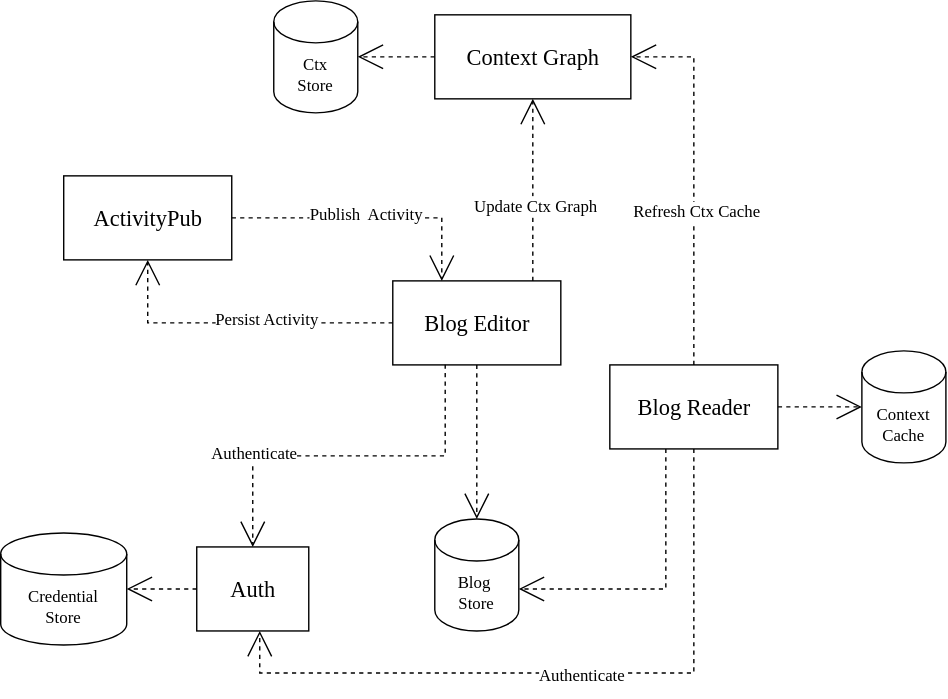
Earlier version of the draw.io export docs/components.drawio.svg (alter-kaker/pepper-docs). Source tidied: cells renumbered, new cells last; positions are measured from the earlier drawing's top-left corner, leaving out a move shared by most shapes.
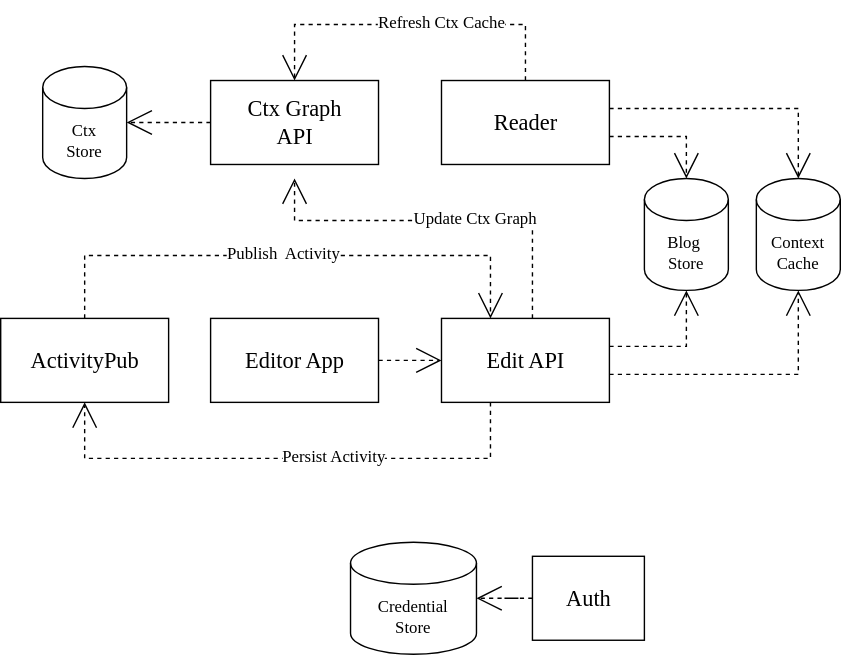
After the commit.

Diff of the diagram source:
```diff
@@ -12,19 +12,20 @@
     <mxCell id="3" value="Publish&amp;nbsp; Activity" style="edgeLabel;html=1;align=center;verticalAlign=middle;fontSize=12;fontFamily=Verdana;fontColor=default;" parent="2" vertex="1">
       <mxGeometry x="-0.02" y="2" relative="1" as="geometry" />
     </mxCell>
-    <mxCell id="4" value="Blog Reader" style="shape=object;align=center;spacingLeft=0;rounded=0;shadow=0;comic=0;labelBackgroundColor=none;strokeWidth=1;fontFamily=Verdana;fontSize=16;html=1;fontStyle=0;" parent="1" vertex="1">
-      <mxGeometry x="435" y="260" width="120" height="60" as="geometry" />
+    <mxCell id="4" value="Reader" style="shape=object;align=center;spacingLeft=0;rounded=0;shadow=0;comic=0;labelBackgroundColor=none;strokeWidth=1;fontFamily=Verdana;fontSize=16;html=1;fontStyle=0;" parent="1" vertex="1">
+      <mxGeometry x="280" y="30" width="120" height="60" as="geometry" />
     </mxCell>
-    <mxCell id="5" value="Context Graph" style="shape=object;align=center;spacingLeft=0;rounded=0;shadow=0;comic=0;labelBackgroundColor=none;strokeWidth=1;fontFamily=Verdana;fontSize=16;html=1;fontStyle=0;" parent="1" vertex="1">
-      <mxGeometry x="310" y="10" width="140" height="60" as="geometry" />
+    <mxCell id="5" value="&lt;div&gt;Ctx Graph&lt;/div&gt;&lt;div&gt;API&lt;br&gt;&lt;/div&gt;" style="shape=object;align=center;spacingLeft=0;rounded=0;shadow=0;comic=0;labelBackgroundColor=none;strokeWidth=1;fontFamily=Verdana;fontSize=16;html=1;fontStyle=0;" parent="1" vertex="1">
+      <mxGeometry x="115" y="30" width="120" height="60" as="geometry" />
     </mxCell>
     <mxCell id="6" value="ActivityPub" style="shape=object;align=center;spacingLeft=0;rounded=0;shadow=0;comic=0;labelBackgroundColor=none;strokeWidth=1;fontFamily=Verdana;fontSize=16;html=1;fontStyle=0;" parent="1" vertex="1">
-      <mxGeometry x="45" y="125" width="120" height="60" as="geometry" />
+      <mxGeometry x="-35" y="200" width="120" height="60" as="geometry" />
     </mxCell>
     <mxCell id="7" style="edgeStyle=orthogonalEdgeStyle;rounded=0;html=1;dashed=1;labelBackgroundColor=none;startArrow=none;startFill=0;startSize=8;endArrow=open;endFill=0;endSize=16;fontFamily=Verdana;fontSize=12;" parent="1" edge="1" source="4" target="5">
       <mxGeometry relative="1" as="geometry">
         <Array as="points">
-          <mxPoint x="495" y="40" />
+          <mxPoint x="340" y="-10" />
+          <mxPoint x="175" y="-10" />
         </Array>
       </mxGeometry>
     </mxCell>
@@ -34,24 +35,29 @@
     <mxCell id="9" style="rounded=0;html=1;labelBackgroundColor=none;startArrow=none;startFill=0;startSize=8;endArrow=open;endFill=0;endSize=16;fontFamily=Verdana;fontSize=12;dashed=1;edgeStyle=orthogonalEdgeStyle;" parent="1" edge="1" source="4" target="23">
       <mxGeometry relative="1" as="geometry">
         <Array as="points">
-          <mxPoint x="475" y="420" />
+          <mxPoint x="455" y="70" />
         </Array>
       </mxGeometry>
     </mxCell>
     <mxCell id="10" style="edgeStyle=orthogonalEdgeStyle;rounded=0;html=1;dashed=1;labelBackgroundColor=none;startArrow=none;startFill=0;startSize=8;endArrow=open;endFill=0;endSize=16;fontFamily=Verdana;fontSize=12;" parent="1" edge="1" source="5" target="27">
       <mxGeometry relative="1" as="geometry" />
     </mxCell>
-    <mxCell id="11" style="edgeStyle=orthogonalEdgeStyle;shape=connector;rounded=0;jettySize=auto;html=1;dashed=1;labelBackgroundColor=none;strokeColor=default;align=center;verticalAlign=middle;fontFamily=Verdana;fontSize=12;fontColor=default;startArrow=none;startFill=0;endArrow=open;endFill=0;startSize=8;endSize=16;" parent="1" edge="1" source="12" target="23">
-      <mxGeometry relative="1" as="geometry" />
+    <mxCell id="11" style="edgeStyle=orthogonalEdgeStyle;shape=connector;rounded=0;jettySize=auto;html=1;dashed=1;labelBackgroundColor=none;strokeColor=default;align=center;verticalAlign=middle;fontFamily=Verdana;fontSize=12;fontColor=default;startArrow=none;startFill=0;endArrow=open;endFill=0;startSize=8;endSize=16;" parent="1" edge="1" source="12" target="25">
+      <mxGeometry relative="1" as="geometry">
+        <Array as="points">
+          <mxPoint x="535" y="240" />
+        </Array>
+      </mxGeometry>
     </mxCell>
-    <mxCell id="12" value="&lt;div style=&quot;font-size: 16px;&quot;&gt;Blog Editor&lt;/div&gt;" style="shape=object;align=center;spacingLeft=0;rounded=0;shadow=0;comic=0;labelBackgroundColor=none;strokeWidth=1;fontFamily=Verdana;fontSize=16;html=1;fontStyle=0;" parent="1" vertex="1">
+    <mxCell id="12" value="&lt;div style=&quot;font-size: 16px;&quot;&gt;Edit API&lt;br&gt;&lt;/div&gt;" style="shape=object;align=center;spacingLeft=0;rounded=0;shadow=0;comic=0;labelBackgroundColor=none;strokeWidth=1;fontFamily=Verdana;fontSize=16;html=1;fontStyle=0;" parent="1" vertex="1">
       <mxGeometry x="280" y="200" width="120" height="60" as="geometry" />
     </mxCell>
-    <mxCell id="13" style="edgeStyle=orthogonalEdgeStyle;rounded=0;html=1;dashed=1;labelBackgroundColor=none;startArrow=none;startFill=0;startSize=8;endArrow=open;endFill=0;endSize=16;fontFamily=Verdana;fontSize=12;" parent="1" edge="1" source="12" target="5">
+    <mxCell id="13" style="edgeStyle=orthogonalEdgeStyle;rounded=0;html=1;dashed=1;labelBackgroundColor=none;startArrow=none;startFill=0;startSize=8;endArrow=open;endFill=0;endSize=16;fontFamily=Verdana;fontSize=12;" parent="1" edge="1" source="12">
       <mxGeometry relative="1" as="geometry">
+        <mxPoint x="175" y="100" as="targetPoint" />
         <Array as="points">
-          <mxPoint x="380" y="160" />
-          <mxPoint x="380" y="160" />
+          <mxPoint x="345" y="130" />
+          <mxPoint x="175" y="130" />
         </Array>
       </mxGeometry>
     </mxCell>
@@ -59,50 +65,53 @@
       <mxGeometry x="-0.17" y="-2" relative="1" as="geometry" />
     </mxCell>
     <mxCell id="15" style="edgeStyle=orthogonalEdgeStyle;rounded=0;html=1;dashed=1;labelBackgroundColor=none;startArrow=none;startFill=0;startSize=8;endArrow=open;endFill=0;endSize=16;fontFamily=Verdana;fontSize=12;" parent="1" edge="1" source="12" target="6">
-      <mxGeometry relative="1" as="geometry" />
+      <mxGeometry relative="1" as="geometry">
+        <Array as="points">
+          <mxPoint x="315" y="300" />
+          <mxPoint x="25" y="300" />
+        </Array>
+      </mxGeometry>
     </mxCell>
     <mxCell id="16" value="Persist Activity" style="edgeLabel;html=1;align=center;verticalAlign=middle;fontSize=12;fontFamily=Verdana;fontColor=default;" parent="15" vertex="1">
       <mxGeometry x="-0.17" y="-2" relative="1" as="geometry" />
     </mxCell>
-    <mxCell id="17" style="rounded=0;html=1;labelBackgroundColor=none;startArrow=none;startFill=0;startSize=8;endArrow=open;endFill=0;endSize=16;fontFamily=Verdana;fontSize=12;dashed=1;edgeStyle=orthogonalEdgeStyle;" parent="1" edge="1" source="4" target="21">
-      <mxGeometry relative="1" as="geometry">
-        <Array as="points">
-          <mxPoint x="495" y="480" />
-          <mxPoint x="185" y="480" />
-        </Array>
-      </mxGeometry>
-    </mxCell>
-    <mxCell id="18" value="Authenticate" style="edgeLabel;html=1;align=center;verticalAlign=middle;fontSize=12;fontFamily=Verdana;fontColor=default;" parent="17" vertex="1">
-      <mxGeometry x="0.5" y="2" relative="1" as="geometry">
-        <mxPoint x="135" as="offset" />
-      </mxGeometry>
-    </mxCell>
-    <mxCell id="19" style="rounded=0;html=1;labelBackgroundColor=none;startArrow=none;startFill=0;startSize=8;endArrow=open;endFill=0;endSize=16;fontFamily=Verdana;fontSize=12;dashed=1;edgeStyle=orthogonalEdgeStyle;exitX=0.312;exitY=0.997;exitDx=0;exitDy=0;exitPerimeter=0;" parent="1" edge="1" source="12" target="21">
-      <mxGeometry relative="1" as="geometry" />
-    </mxCell>
-    <mxCell id="20" value="Authenticate" style="edgeLabel;html=1;align=center;verticalAlign=middle;fontSize=12;fontFamily=Verdana;fontColor=default;" parent="19" vertex="1">
-      <mxGeometry x="0.51" y="-1" relative="1" as="geometry" />
-    </mxCell>
     <mxCell id="21" value="Auth" style="shape=object;align=center;spacingLeft=0;rounded=0;shadow=0;comic=0;labelBackgroundColor=none;strokeWidth=1;fontFamily=Verdana;fontSize=16;html=1;fontStyle=0;" parent="1" vertex="1">
-      <mxGeometry x="140" y="390" width="80" height="60" as="geometry" />
+      <mxGeometry x="345" y="370" width="80" height="60" as="geometry" />
     </mxCell>
     <mxCell id="22" value="&lt;div&gt;Credential&lt;/div&gt;&lt;div&gt;Store&lt;br&gt;&lt;/div&gt;" style="shape=cylinder3;whiteSpace=wrap;html=1;boundedLbl=1;backgroundOutline=1;size=15;fontFamily=Verdana;fontSize=12;fontColor=default;" parent="1" vertex="1">
-      <mxGeometry y="380" width="90" height="80" as="geometry" />
+      <mxGeometry x="215" y="360" width="90" height="80" as="geometry" />
     </mxCell>
     <mxCell id="23" value="&lt;div&gt;Blog&amp;nbsp;&lt;/div&gt;&lt;div&gt;Store&lt;/div&gt;" style="shape=cylinder3;whiteSpace=wrap;html=1;boundedLbl=1;backgroundOutline=1;size=15;fontFamily=Verdana;fontSize=12;fontColor=default;" parent="1" vertex="1">
-      <mxGeometry x="310" y="370" width="60" height="80" as="geometry" />
+      <mxGeometry x="425" y="100" width="60" height="80" as="geometry" />
     </mxCell>
     <mxCell id="24" style="edgeStyle=orthogonalEdgeStyle;shape=connector;rounded=0;jettySize=auto;html=1;dashed=1;labelBackgroundColor=none;strokeColor=default;align=center;verticalAlign=middle;fontFamily=Verdana;fontSize=12;fontColor=default;startArrow=none;startFill=0;endArrow=open;endFill=0;startSize=8;endSize=16;" parent="1" edge="1" source="21" target="22">
       <mxGeometry relative="1" as="geometry" />
     </mxCell>
     <mxCell id="25" value="Context Cache" style="shape=cylinder3;whiteSpace=wrap;html=1;boundedLbl=1;backgroundOutline=1;size=15;fontFamily=Verdana;fontSize=12;fontColor=default;" parent="1" vertex="1">
-      <mxGeometry x="615" y="250" width="60" height="80" as="geometry" />
+      <mxGeometry x="505" y="100" width="60" height="80" as="geometry" />
     </mxCell>
     <mxCell id="26" style="rounded=0;html=1;labelBackgroundColor=none;startArrow=none;startFill=0;startSize=8;endArrow=open;endFill=0;endSize=16;fontFamily=Verdana;fontSize=12;dashed=1;edgeStyle=orthogonalEdgeStyle;" parent="1" edge="1" source="4" target="25">
-      <mxGeometry relative="1" as="geometry" />
+      <mxGeometry relative="1" as="geometry">
+        <Array as="points">
+          <mxPoint x="535" y="50" />
+        </Array>
+      </mxGeometry>
     </mxCell>
     <mxCell id="27" value="&lt;div&gt;Ctx&lt;/div&gt;&lt;div&gt;Store&lt;/div&gt;" style="shape=cylinder3;whiteSpace=wrap;html=1;boundedLbl=1;backgroundOutline=1;size=15;fontFamily=Verdana;fontSize=12;fontColor=default;" parent="1" vertex="1">
-      <mxGeometry x="195" width="60" height="80" as="geometry" />
+      <mxGeometry x="-5" y="20" width="60" height="80" as="geometry" />
     </mxCell>
+    <mxCell id="28" style="edgeStyle=none;shape=connector;rounded=0;jettySize=auto;html=1;dashed=1;labelBackgroundColor=none;strokeColor=default;align=center;verticalAlign=middle;fontFamily=Verdana;fontSize=12;fontColor=default;startArrow=none;startFill=0;endArrow=open;endFill=0;startSize=8;endSize=16;" parent="1" edge="1" source="29" target="12">
+      <mxGeometry relative="1" as="geometry" />
+    </mxCell>
+    <mxCell id="29" value="Editor App" style="shape=object;align=center;spacingLeft=0;rounded=0;shadow=0;comic=0;labelBackgroundColor=none;strokeWidth=1;fontFamily=Verdana;fontSize=16;html=1;fontStyle=0;" parent="1" vertex="1">
+      <mxGeometry x="115" y="200" width="120" height="60" as="geometry" />
+    </mxCell>
+    <mxCell id="30" style="edgeStyle=orthogonalEdgeStyle;shape=connector;rounded=0;jettySize=auto;html=1;dashed=1;labelBackgroundColor=none;strokeColor=default;align=center;verticalAlign=middle;fontFamily=Verdana;fontSize=12;fontColor=default;startArrow=none;startFill=0;endArrow=open;endFill=0;startSize=8;endSize=16;" parent="1" edge="1" source="12" target="23">
+      <mxGeometry relative="1" as="geometry">
+        <Array as="points">
+          <mxPoint x="455" y="220" />
+        </Array>
+      </mxGeometry>
+    </mxCell>
   </root>
 </mxGraphModel>
```
